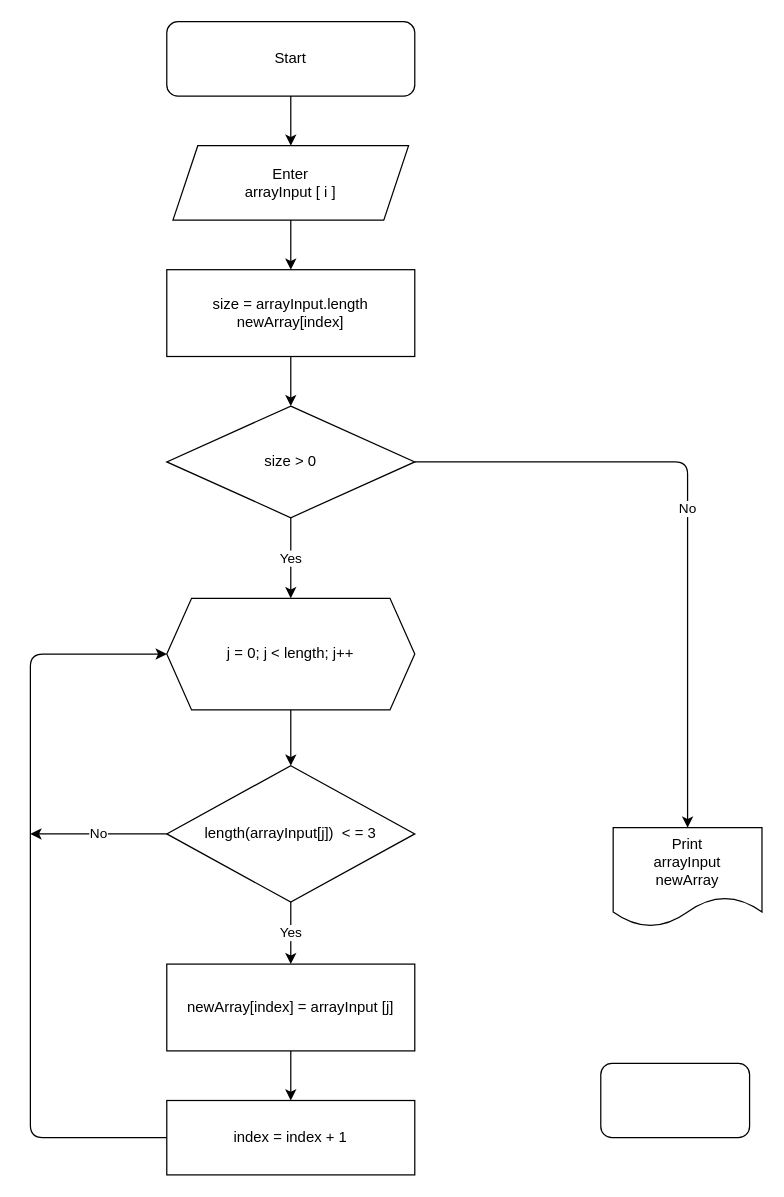
MarinaNoz/Control_work keeps this draw.io diagram as Diagram.drawio. Above is the earlier version. Source tidied: cells renumbered, new cells numbered last; positions are measured from the earlier drawing's top-left corner, leaving out a move shared by most shapes. Both pictures are drawn from the tidied source at 124%, with x=0, y=0 at pixel (30, 21).
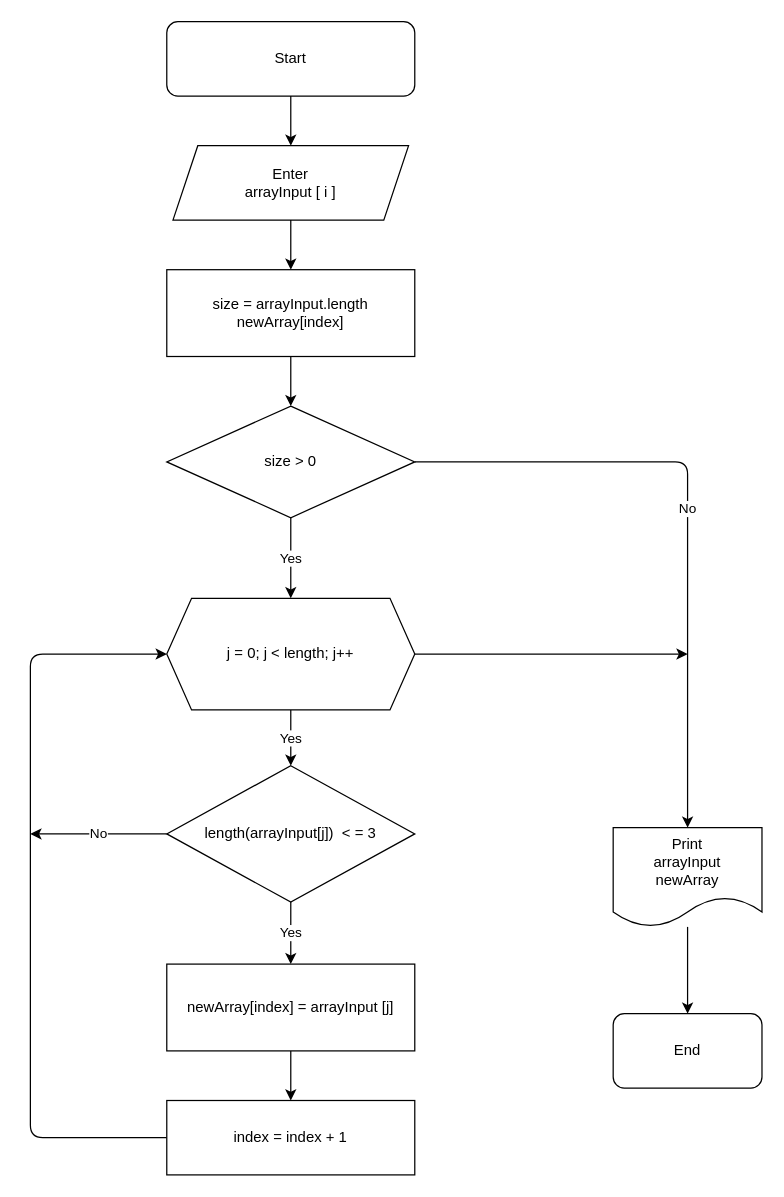
Above is the later version.

Unchanged cells that the change refers to:
```xml
<mxCell id="12" value="j = 0; j &amp;lt; length; j++" style="shape=hexagon;perimeter=hexagonPerimeter2;whiteSpace=wrap;html=1;fixedSize=1;" parent="1" vertex="1">
  <mxGeometry x="110" y="465" width="200" height="90" as="geometry" />
</mxCell>
<mxCell id="15" value="length(arrayInput[j])&amp;nbsp; &amp;lt; = 3" style="rhombus;whiteSpace=wrap;html=1;" parent="1" vertex="1">
  <mxGeometry x="110" y="600" width="200" height="110" as="geometry" />
</mxCell>
<mxCell id="20" value="Print&lt;br&gt;arrayInput&lt;br&gt;newArray" style="shape=document;whiteSpace=wrap;html=1;boundedLbl=1;" parent="1" vertex="1">
  <mxGeometry x="470" y="650" width="120" height="80" as="geometry" />
</mxCell>
```

The edit, as a diff of the source:
```diff
@@
-    <mxCell id="11" style="edgeStyle=none;html=1;exitX=0.5;exitY=1;exitDx=0;exitDy=0;entryX=0.5;entryY=0;entryDx=0;entryDy=0;" parent="1" edge="1" source="12" target="15">
+    <mxCell id="11" value="Yes" style="edgeStyle=none;html=1;exitX=0.5;exitY=1;exitDx=0;exitDy=0;entryX=0.5;entryY=0;entryDx=0;entryDy=0;" parent="1" edge="1" source="12" target="15">
       <mxGeometry relative="1" as="geometry" />
     </mxCell>
+    <mxCell id="22" style="edgeStyle=none;html=1;" parent="1" edge="1" source="12">
+      <mxGeometry relative="1" as="geometry">
+        <mxPoint x="530" y="510" as="targetPoint" />
+      </mxGeometry>
+    </mxCell>
@@
+    <mxCell id="23" style="edgeStyle=none;html=1;entryX=0.5;entryY=0;entryDx=0;entryDy=0;" parent="1" edge="1" source="20" target="21">
+      <mxGeometry relative="1" as="geometry" />
+    </mxCell>
@@
-    <mxCell id="21" style="rounded=1;whiteSpace=wrap;html=1;" parent="1" vertex="1">
-      <mxGeometry x="460" y="840" width="120" height="60" as="geometry" />
+    <mxCell id="21" value="End" style="rounded=1;whiteSpace=wrap;html=1;" parent="1" vertex="1">
+      <mxGeometry x="470" y="800" width="120" height="60" as="geometry" />
     </mxCell>
```
